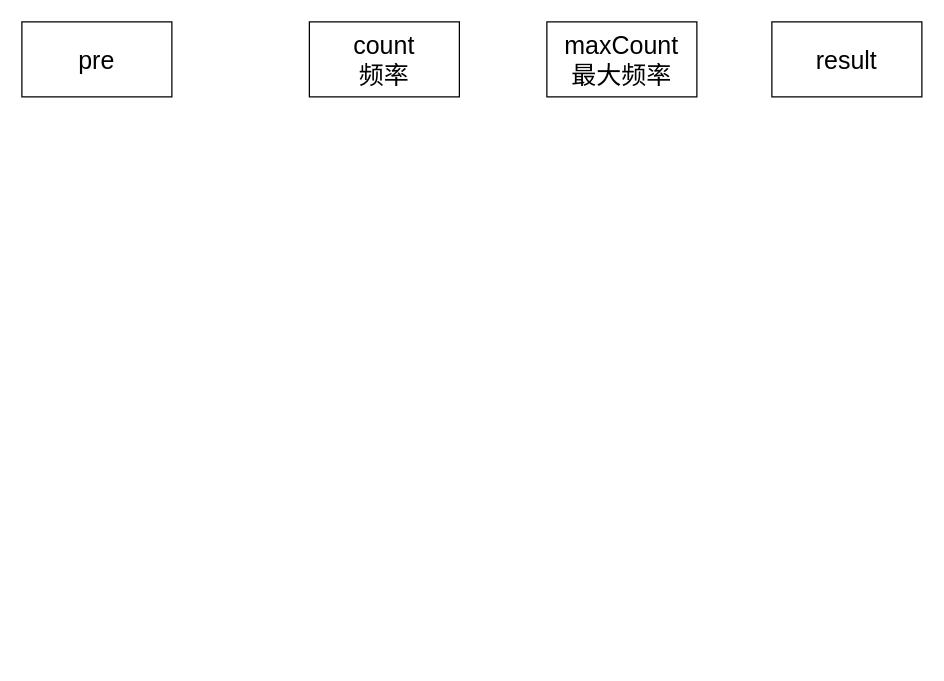
Above: diagrams/二叉树中的众数.drawio in tang-amber/diagroms (draw.io), before the change. Source tidied: cells renumbered, new cells numbered last; positions are measured from the earlier drawing's top-left corner, leaving out a move shared by most shapes. Both pictures are drawn from the tidied source at 125%, with x=0, y=0 at pixel (21, 21).
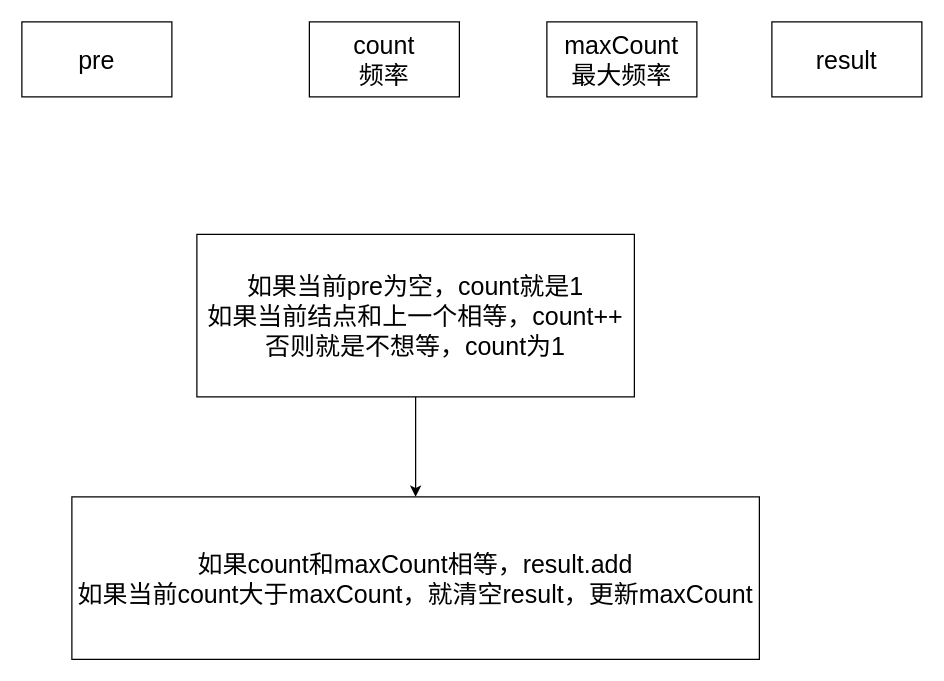
Above is the later version.

Commit message (it also covers changes not shown here):
更新二叉树中的众数.drawio

Change to the diagram source:
```diff
@@
 <mxGraphModel>
   <root>
     <mxCell id="0" />
     <mxCell id="1" parent="0" />
     <mxCell id="2" value="pre" style="rounded=0;whiteSpace=wrap;html=1;fontSize=20;" parent="1" vertex="1">
       <mxGeometry width="120" height="60" as="geometry" />
     </mxCell>
     <mxCell id="3" value="count&lt;div&gt;频率&lt;/div&gt;" style="rounded=0;whiteSpace=wrap;html=1;fontSize=20;" parent="1" vertex="1">
       <mxGeometry x="230" width="120" height="60" as="geometry" />
     </mxCell>
     <mxCell id="4" value="maxCount&lt;div&gt;最大频率&lt;/div&gt;" style="rounded=0;whiteSpace=wrap;html=1;fontSize=20;" parent="1" vertex="1">
       <mxGeometry x="420" width="120" height="60" as="geometry" />
     </mxCell>
     <mxCell id="5" value="result" style="rounded=0;whiteSpace=wrap;html=1;fontSize=20;" parent="1" vertex="1">
       <mxGeometry x="600" width="120" height="60" as="geometry" />
     </mxCell>
+    <mxCell id="6" style="edgeStyle=orthogonalEdgeStyle;rounded=0;jettySize=auto;html=1;" parent="1" edge="1" source="7" target="8">
+      <mxGeometry relative="1" as="geometry" />
+    </mxCell>
+    <mxCell id="7" value="如果当前pre为空，count就是1&lt;div&gt;如果当前结点和上一个相等，count++&lt;/div&gt;&lt;div&gt;否则就是不想等，count为1&lt;/div&gt;" style="rounded=0;whiteSpace=wrap;html=1;fontSize=20;" parent="1" vertex="1">
+      <mxGeometry x="140" y="170" width="350" height="130" as="geometry" />
+    </mxCell>
+    <mxCell id="8" value="如果count和maxCount相等，result.add&lt;div&gt;如果当前count大于maxCount，就清空result，更新maxCount&lt;/div&gt;" style="rounded=0;whiteSpace=wrap;html=1;fontSize=20;" parent="1" vertex="1">
+      <mxGeometry x="40" y="380" width="550" height="130" as="geometry" />
+    </mxCell>
   </root>
 </mxGraphModel>
```
